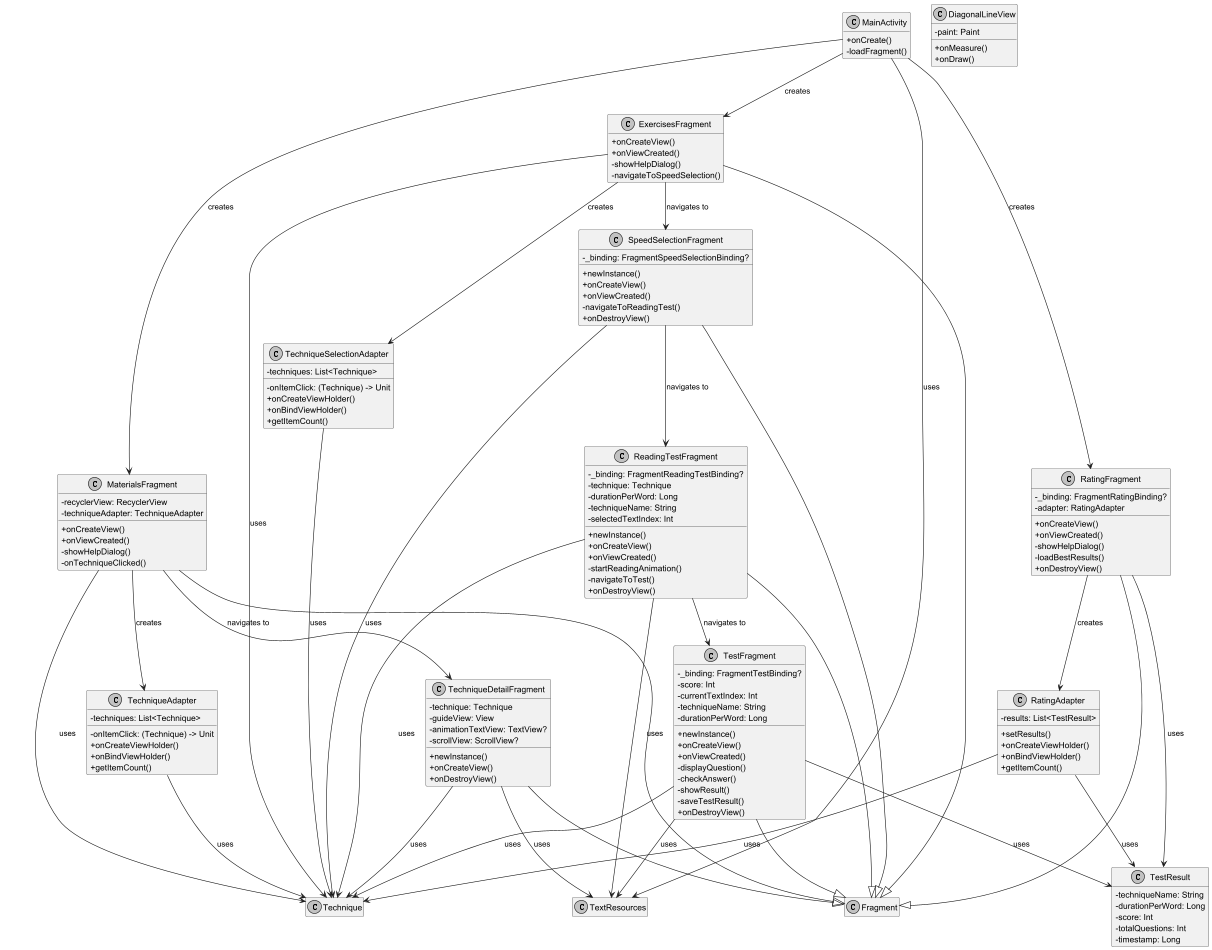
dmitryvsl/scorochtenie keeps this PlantUML diagram as diagram4.png. Above is the earlier version.
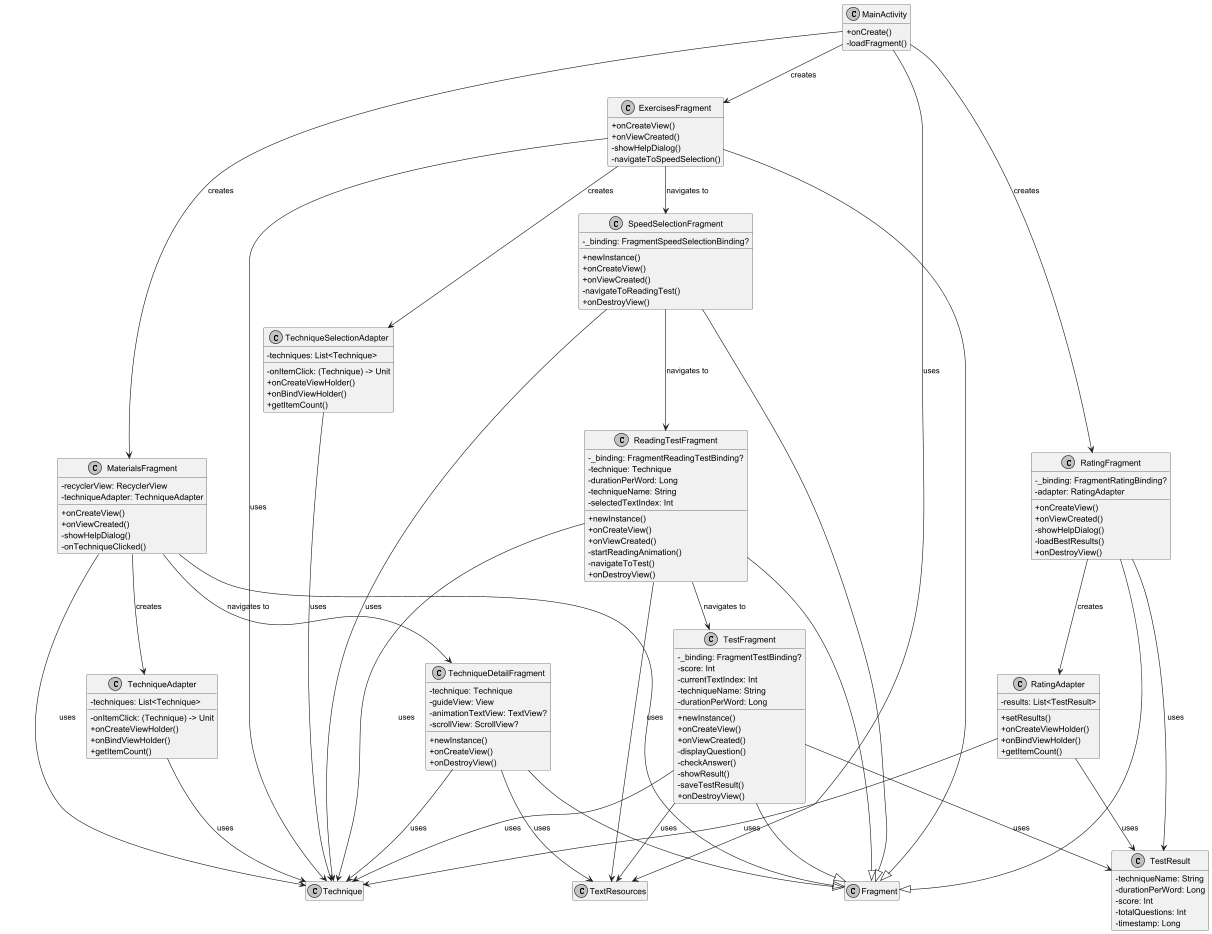
The same diagram one commit later.

What changed in the source:
```diff
@@ -115,13 +115,6 @@
 }
 
 
-
-class DiagonalLineView {
-  - paint: Paint
-  + onMeasure()
-  + onDraw()
-}
-
 class TextResources
 
 ExercisesFragment --|> Fragment
```
